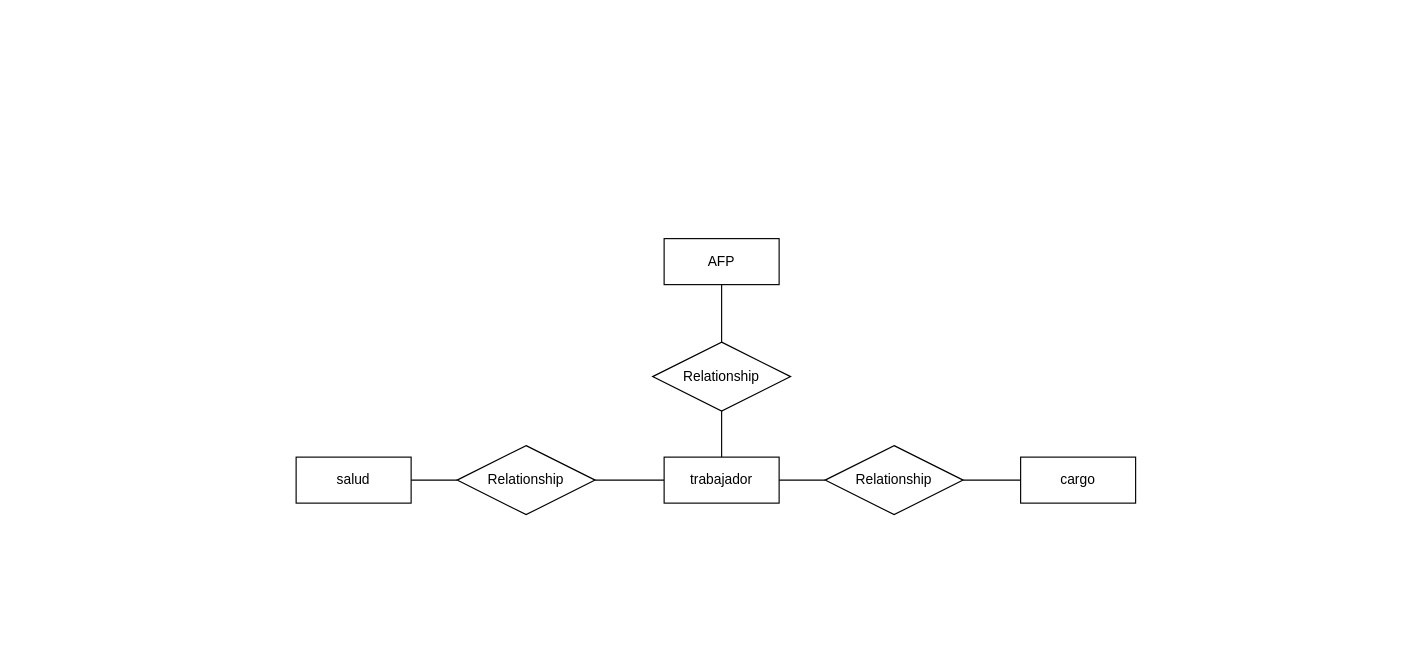
juan789Q/juan890 keeps this draw.io diagram as ACT3.drawio. Above is the earlier version. Source tidied: cells renumbered, new cells numbered last; positions are measured from the earlier drawing's top-left corner, leaving out a move shared by most shapes. Both pictures are drawn from the tidied source at 115%, with x=0, y=0 at pixel (296, 238).
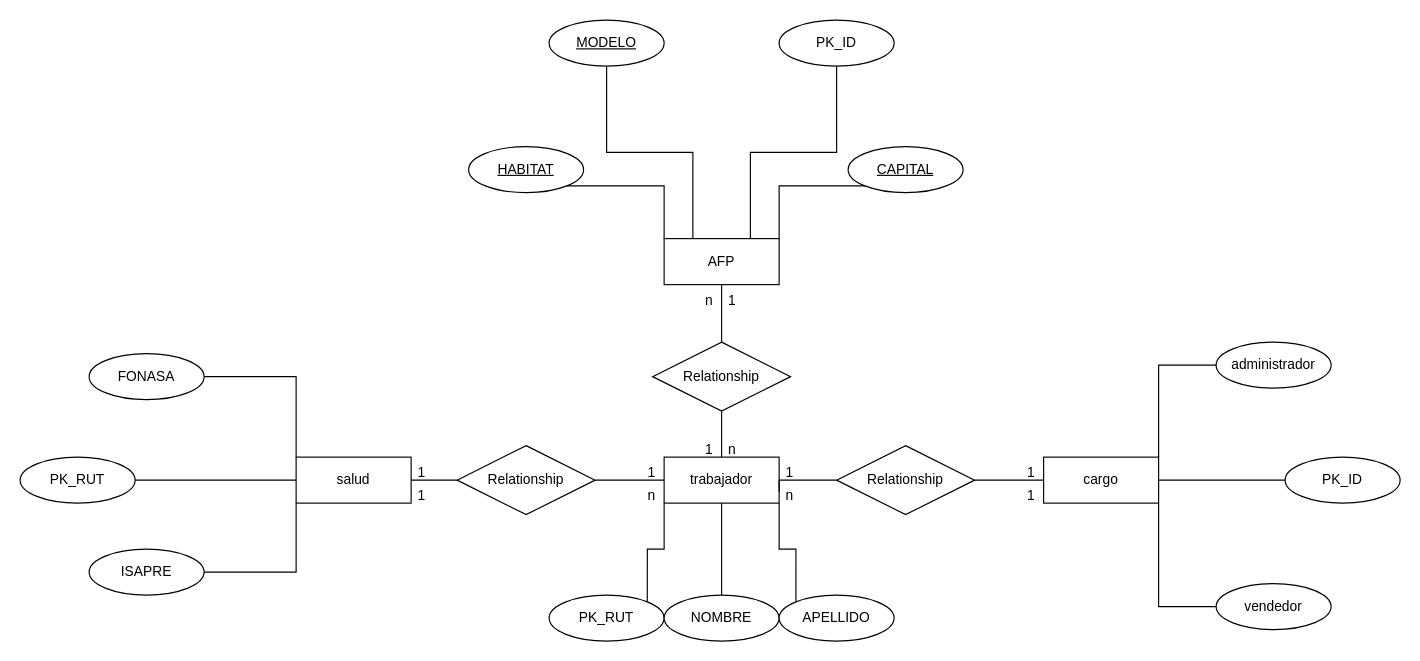
The same page after the edit.

The change refers to these unchanged cells:
```xml
<mxCell id="3" value="AFP" style="whiteSpace=wrap;html=1;align=center;" parent="1" vertex="1">
  <mxGeometry x="320" width="100" height="40" as="geometry" />
</mxCell>
<mxCell id="4" value="trabajador" style="whiteSpace=wrap;html=1;align=center;" parent="1" vertex="1">
  <mxGeometry x="320" y="190" width="100" height="40" as="geometry" />
</mxCell>
<mxCell id="15" value="salud" style="whiteSpace=wrap;html=1;align=center;" parent="1" vertex="1">
  <mxGeometry y="190" width="100" height="40" as="geometry" />
</mxCell>
```

Change to the diagram source:
```diff
@@
+    <mxCell id="16" style="edgeStyle=orthogonalEdgeStyle;rounded=0;jettySize=auto;html=1;exitX=1;exitY=0.5;exitDx=0;exitDy=0;entryX=0;entryY=0.5;entryDx=0;entryDy=0;strokeColor=default;align=center;verticalAlign=middle;fontFamily=Helvetica;fontSize=11;fontColor=default;labelBackgroundColor=default;endArrow=none;endFill=0;" parent="1" edge="1" source="2" target="51">
+      <mxGeometry relative="1" as="geometry" />
+    </mxCell>
     <mxCell id="2" value="cargo" style="whiteSpace=wrap;html=1;align=center;" parent="1" vertex="1">
-      <mxGeometry x="630" y="190" width="100" height="40" as="geometry" />
+      <mxGeometry x="650" y="190" width="100" height="40" as="geometry" />
     </mxCell>
@@
     <mxCell id="6" value="Relationship" style="shape=rhombus;perimeter=rhombusPerimeter;whiteSpace=wrap;html=1;align=center;" parent="1" vertex="1">
-      <mxGeometry x="460" y="180" width="120" height="60" as="geometry" />
+      <mxGeometry x="470" y="180" width="120" height="60" as="geometry" />
     </mxCell>
@@
-    <mxCell id="9" style="endArrow=none;html=1;rounded=0;exitX=1;exitY=0.5;exitDx=0;exitDy=0;entryX=0;entryY=0.5;entryDx=0;entryDy=0;" parent="1" edge="1" source="4" target="6">
+    <mxCell id="9" style="endArrow=none;html=1;rounded=0;entryX=0;entryY=0.5;entryDx=0;entryDy=0;" parent="1" edge="1" source="4" target="6">
       <mxGeometry relative="1" as="geometry" />
     </mxCell>
@@
+    <mxCell id="17" style="edgeStyle=orthogonalEdgeStyle;rounded=0;jettySize=auto;html=1;exitX=1;exitY=0;exitDx=0;exitDy=0;entryX=0;entryY=1;entryDx=0;entryDy=0;endArrow=none;endFill=0;" parent="1" edge="1" source="18" target="4">
+      <mxGeometry relative="1" as="geometry" />
+    </mxCell>
+    <mxCell id="18" value="PK_RUT" style="ellipse;whiteSpace=wrap;html=1;align=center;" parent="1" vertex="1">
+      <mxGeometry x="220" y="310" width="100" height="40" as="geometry" />
+    </mxCell>
+    <mxCell id="19" style="edgeStyle=orthogonalEdgeStyle;rounded=0;jettySize=auto;html=1;exitX=0.5;exitY=0;exitDx=0;exitDy=0;entryX=0.5;entryY=1;entryDx=0;entryDy=0;endArrow=none;endFill=0;" parent="1" edge="1" source="20" target="4">
+      <mxGeometry relative="1" as="geometry" />
+    </mxCell>
+    <mxCell id="20" value="NOMBRE" style="ellipse;whiteSpace=wrap;html=1;align=center;" parent="1" vertex="1">
+      <mxGeometry x="320" y="310" width="100" height="40" as="geometry" />
+    </mxCell>
+    <mxCell id="21" style="edgeStyle=orthogonalEdgeStyle;rounded=0;jettySize=auto;html=1;exitX=0;exitY=0;exitDx=0;exitDy=0;entryX=1;entryY=1;entryDx=0;entryDy=0;endArrow=none;endFill=0;" parent="1" edge="1" source="22" target="4">
+      <mxGeometry relative="1" as="geometry" />
+    </mxCell>
+    <mxCell id="22" value="APELLIDO" style="ellipse;whiteSpace=wrap;html=1;align=center;" parent="1" vertex="1">
+      <mxGeometry x="420" y="310" width="100" height="40" as="geometry" />
+    </mxCell>
+    <mxCell id="23" style="edgeStyle=orthogonalEdgeStyle;rounded=0;jettySize=auto;html=1;exitX=0;exitY=1;exitDx=0;exitDy=0;entryX=1;entryY=0;entryDx=0;entryDy=0;endArrow=none;endFill=0;" parent="1" edge="1" source="24" target="3">
+      <mxGeometry relative="1" as="geometry" />
+    </mxCell>
+    <mxCell id="24" value="CAPITAL" style="ellipse;whiteSpace=wrap;html=1;align=center;fontStyle=4;" parent="1" vertex="1">
+      <mxGeometry x="480" y="-80" width="100" height="40" as="geometry" />
+    </mxCell>
+    <mxCell id="25" style="edgeStyle=orthogonalEdgeStyle;rounded=0;jettySize=auto;html=1;exitX=0.5;exitY=1;exitDx=0;exitDy=0;endArrow=none;endFill=0;entryX=0.25;entryY=0;entryDx=0;entryDy=0;" parent="1" edge="1" source="26" target="3">
+      <mxGeometry relative="1" as="geometry" />
+    </mxCell>
+    <mxCell id="26" value="MODELO" style="ellipse;whiteSpace=wrap;html=1;align=center;fontStyle=4;" parent="1" vertex="1">
+      <mxGeometry x="220" y="-190" width="100" height="40" as="geometry" />
+    </mxCell>
+    <mxCell id="27" style="edgeStyle=orthogonalEdgeStyle;rounded=0;jettySize=auto;html=1;exitX=1;exitY=1;exitDx=0;exitDy=0;entryX=0;entryY=0;entryDx=0;entryDy=0;endArrow=none;endFill=0;" parent="1" edge="1" source="28" target="3">
+      <mxGeometry relative="1" as="geometry" />
+    </mxCell>
+    <mxCell id="28" value="HABITAT" style="ellipse;whiteSpace=wrap;html=1;align=center;fontStyle=4;" parent="1" vertex="1">
+      <mxGeometry x="150" y="-80" width="100" height="40" as="geometry" />
+    </mxCell>
+    <mxCell id="29" style="edgeStyle=orthogonalEdgeStyle;rounded=0;jettySize=auto;html=1;exitX=0;exitY=0.5;exitDx=0;exitDy=0;entryX=1;entryY=0;entryDx=0;entryDy=0;strokeColor=default;align=center;verticalAlign=middle;fontFamily=Helvetica;fontSize=11;fontColor=default;labelBackgroundColor=default;endArrow=none;endFill=0;" parent="1" edge="1" source="30" target="2">
+      <mxGeometry relative="1" as="geometry" />
+    </mxCell>
+    <mxCell id="30" value="administrador" style="ellipse;whiteSpace=wrap;html=1;align=center;" parent="1" vertex="1">
+      <mxGeometry x="800" y="90" width="100" height="40" as="geometry" />
+    </mxCell>
+    <mxCell id="31" style="edgeStyle=orthogonalEdgeStyle;rounded=0;jettySize=auto;html=1;exitX=1;exitY=0.5;exitDx=0;exitDy=0;entryX=0;entryY=0;entryDx=0;entryDy=0;endArrow=none;endFill=0;" parent="1" edge="1" source="32" target="15">
+      <mxGeometry relative="1" as="geometry" />
+    </mxCell>
+    <mxCell id="32" value="FONASA" style="ellipse;whiteSpace=wrap;html=1;align=center;" parent="1" vertex="1">
+      <mxGeometry x="-180" y="100" width="100" height="40" as="geometry" />
+    </mxCell>
+    <mxCell id="33" style="edgeStyle=orthogonalEdgeStyle;rounded=0;jettySize=auto;html=1;exitX=1;exitY=0.5;exitDx=0;exitDy=0;entryX=0;entryY=1;entryDx=0;entryDy=0;strokeColor=default;align=center;verticalAlign=middle;fontFamily=Helvetica;fontSize=11;fontColor=default;labelBackgroundColor=default;endArrow=none;endFill=0;" parent="1" edge="1" source="34" target="15">
+      <mxGeometry relative="1" as="geometry" />
+    </mxCell>
+    <mxCell id="34" value="ISAPRE" style="ellipse;whiteSpace=wrap;html=1;align=center;" parent="1" vertex="1">
+      <mxGeometry x="-180" y="270" width="100" height="40" as="geometry" />
+    </mxCell>
+    <mxCell id="35" style="edgeStyle=orthogonalEdgeStyle;rounded=0;jettySize=auto;html=1;exitX=0;exitY=0.5;exitDx=0;exitDy=0;entryX=1;entryY=1;entryDx=0;entryDy=0;strokeColor=default;align=center;verticalAlign=middle;fontFamily=Helvetica;fontSize=11;fontColor=default;labelBackgroundColor=default;endArrow=none;endFill=0;" parent="1" edge="1" source="36" target="2">
+      <mxGeometry relative="1" as="geometry" />
+    </mxCell>
+    <mxCell id="36" value="vendedor" style="ellipse;whiteSpace=wrap;html=1;align=center;" parent="1" vertex="1">
+      <mxGeometry x="800" y="300" width="100" height="40" as="geometry" />
+    </mxCell>
+    <mxCell id="37" value="1" style="text;strokeColor=none;fillColor=none;spacingLeft=4;spacingRight=4;overflow=hidden;fontSize=12;whiteSpace=wrap;html=1;" parent="1" vertex="1">
+      <mxGeometry x="420" y="190" width="20" height="20" as="geometry" />
+    </mxCell>
+    <mxCell id="38" style="endArrow=none;html=1;rounded=0;exitX=1;exitY=0.5;exitDx=0;exitDy=0;entryX=0;entryY=0.5;entryDx=0;entryDy=0;" parent="1" edge="1" source="4" target="39">
+      <mxGeometry relative="1" as="geometry" />
+    </mxCell>
+    <mxCell id="39" value="n" style="text;strokeColor=none;fillColor=none;spacingLeft=4;spacingRight=4;overflow=hidden;points=[[0,0.5],[1,0.5]];portConstraint=eastwest;fontSize=12;whiteSpace=wrap;html=1;" parent="1" vertex="1">
+      <mxGeometry x="420" y="210" width="20" height="20" as="geometry" />
+    </mxCell>
+    <mxCell id="40" style="edgeStyle=orthogonalEdgeStyle;rounded=0;orthogonalLoop=1;jettySize=auto;html=1;exitX=1;exitY=0.5;exitDx=0;exitDy=0;" parent="1" edge="1" source="39" target="39">
+      <mxGeometry relative="1" as="geometry" />
+    </mxCell>
+    <mxCell id="41" value="1" style="text;strokeColor=none;fillColor=none;spacingLeft=4;spacingRight=4;overflow=hidden;fontSize=12;whiteSpace=wrap;html=1;" parent="1" vertex="1">
+      <mxGeometry x="630" y="190" width="20" height="20" as="geometry" />
+    </mxCell>
+    <mxCell id="42" value="1" style="text;strokeColor=none;fillColor=none;spacingLeft=4;spacingRight=4;overflow=hidden;fontSize=12;whiteSpace=wrap;html=1;" parent="1" vertex="1">
+      <mxGeometry x="630" y="210" width="20" height="20" as="geometry" />
+    </mxCell>
+    <mxCell id="43" value="1" style="text;strokeColor=none;fillColor=none;spacingLeft=4;spacingRight=4;overflow=hidden;fontSize=12;whiteSpace=wrap;html=1;" parent="1" vertex="1">
+      <mxGeometry x="350" y="170" width="20" height="20" as="geometry" />
+    </mxCell>
+    <mxCell id="44" value="n" style="text;strokeColor=none;fillColor=none;spacingLeft=4;spacingRight=4;overflow=hidden;fontSize=12;whiteSpace=wrap;html=1;" parent="1" vertex="1">
+      <mxGeometry x="370" y="170" width="20" height="20" as="geometry" />
+    </mxCell>
+    <mxCell id="45" value="1" style="text;strokeColor=none;fillColor=none;spacingLeft=4;spacingRight=4;overflow=hidden;fontSize=12;whiteSpace=wrap;html=1;" parent="1" vertex="1">
+      <mxGeometry x="370" y="40" width="20" height="20" as="geometry" />
+    </mxCell>
+    <mxCell id="46" value="n" style="text;strokeColor=none;fillColor=none;spacingLeft=4;spacingRight=4;overflow=hidden;fontSize=12;whiteSpace=wrap;html=1;" parent="1" vertex="1">
+      <mxGeometry x="350" y="40" width="20" height="20" as="geometry" />
+    </mxCell>
+    <mxCell id="47" value="1" style="text;strokeColor=none;fillColor=none;spacingLeft=4;spacingRight=4;overflow=hidden;fontSize=12;whiteSpace=wrap;html=1;" parent="1" vertex="1">
+      <mxGeometry x="300" y="190" width="20" height="20" as="geometry" />
+    </mxCell>
+    <mxCell id="48" value="n" style="text;strokeColor=none;fillColor=none;spacingLeft=4;spacingRight=4;overflow=hidden;fontSize=12;whiteSpace=wrap;html=1;" parent="1" vertex="1">
+      <mxGeometry x="300" y="210" width="20" height="20" as="geometry" />
+    </mxCell>
+    <mxCell id="49" value="1" style="text;strokeColor=none;fillColor=none;spacingLeft=4;spacingRight=4;overflow=hidden;fontSize=12;whiteSpace=wrap;html=1;" parent="1" vertex="1">
+      <mxGeometry x="100" y="190" width="20" height="20" as="geometry" />
+    </mxCell>
+    <mxCell id="50" value="1" style="text;strokeColor=none;fillColor=none;spacingLeft=4;spacingRight=4;overflow=hidden;fontSize=12;whiteSpace=wrap;html=1;" parent="1" vertex="1">
+      <mxGeometry x="100" y="210" width="20" height="20" as="geometry" />
+    </mxCell>
+    <mxCell id="51" value="PK_ID" style="ellipse;whiteSpace=wrap;html=1;align=center;" parent="1" vertex="1">
+      <mxGeometry x="860" y="190" width="100" height="40" as="geometry" />
+    </mxCell>
+    <mxCell id="52" style="edgeStyle=orthogonalEdgeStyle;rounded=0;jettySize=auto;html=1;exitX=1;exitY=0.5;exitDx=0;exitDy=0;entryX=0;entryY=0.5;entryDx=0;entryDy=0;strokeColor=default;align=center;verticalAlign=middle;fontFamily=Helvetica;fontSize=11;fontColor=default;labelBackgroundColor=default;endArrow=none;endFill=0;" parent="1" edge="1" source="53" target="15">
+      <mxGeometry relative="1" as="geometry" />
+    </mxCell>
+    <mxCell id="53" value="PK_RUT" style="ellipse;whiteSpace=wrap;html=1;align=center;" parent="1" vertex="1">
+      <mxGeometry x="-240" y="190" width="100" height="40" as="geometry" />
+    </mxCell>
+    <mxCell id="54" style="edgeStyle=orthogonalEdgeStyle;rounded=0;jettySize=auto;html=1;exitX=0.5;exitY=1;exitDx=0;exitDy=0;entryX=0.75;entryY=0;entryDx=0;entryDy=0;strokeColor=default;align=center;verticalAlign=middle;fontFamily=Helvetica;fontSize=11;fontColor=default;labelBackgroundColor=default;endArrow=none;endFill=0;" parent="1" edge="1" source="55" target="3">
+      <mxGeometry relative="1" as="geometry" />
+    </mxCell>
+    <mxCell id="55" value="PK_ID" style="ellipse;whiteSpace=wrap;html=1;align=center;" parent="1" vertex="1">
+      <mxGeometry x="420" y="-190" width="100" height="40" as="geometry" />
+    </mxCell>
```
